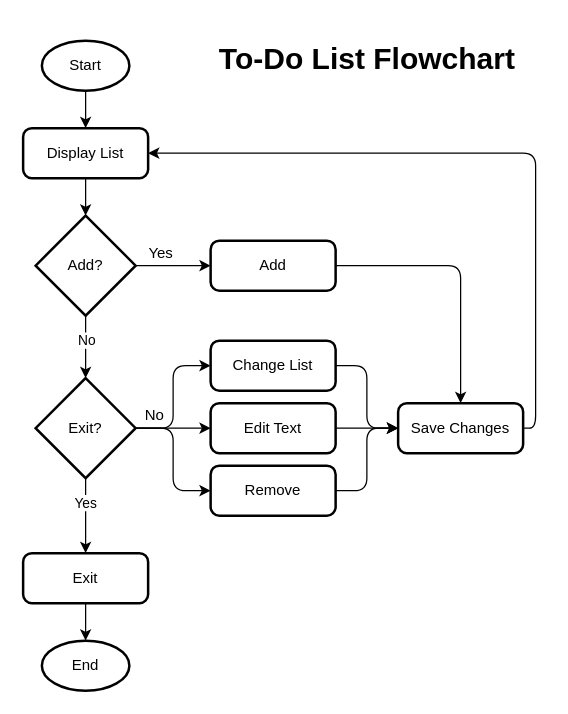
Earlier version of the draw.io diagram flowchart.drawio (hafizgv/hafiz-todo_list_app). Source tidied: cells renumbered, new cells numbered last; positions are measured from the earlier drawing's top-left corner, leaving out a move shared by most shapes. Both pictures are drawn from the tidied source at 125%, with x=0, y=0 at pixel (22, 28).
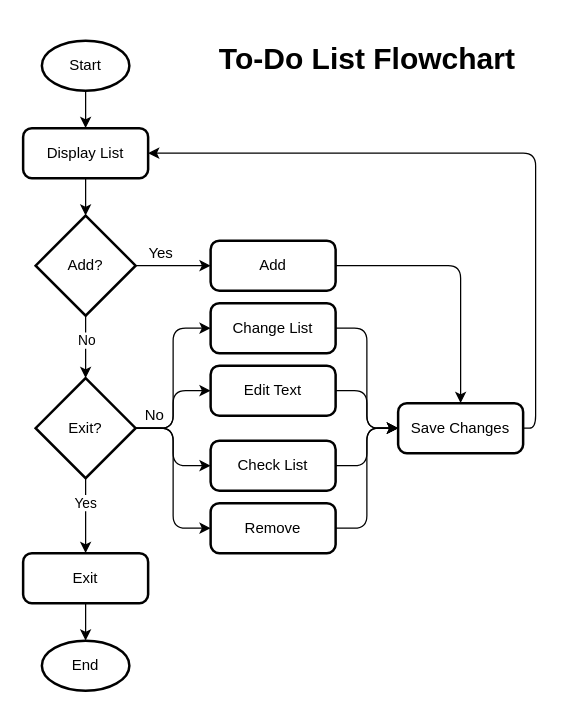
The same diagram, later.

Commit message:
feat: add Checklist into flowchart

Unchanged cells that the change refers to:
```xml
<mxCell id="14" value="Exit?" style="strokeWidth=2;html=1;shape=mxgraph.flowchart.decision;whiteSpace=wrap;" parent="1" vertex="1">
  <mxGeometry x="10" y="280" width="80" height="80" as="geometry" />
</mxCell>
<mxCell id="22" value="Save Changes" style="rounded=1;whiteSpace=wrap;html=1;absoluteArcSize=1;arcSize=14;strokeWidth=2;" parent="1" vertex="1">
  <mxGeometry x="300" y="300" width="100" height="40" as="geometry" />
</mxCell>
```

What changed in the source:
```diff
@@
+    <mxCell id="31" style="edgeStyle=orthogonalEdgeStyle;html=1;exitX=1;exitY=0.5;exitDx=0;exitDy=0;exitPerimeter=0;entryX=0;entryY=0.5;entryDx=0;entryDy=0;" parent="1" edge="1" source="14" target="33">
+      <mxGeometry relative="1" as="geometry" />
+    </mxCell>
@@
     <mxCell id="18" value="Change List" style="rounded=1;whiteSpace=wrap;html=1;absoluteArcSize=1;arcSize=14;strokeWidth=2;" parent="1" vertex="1">
-      <mxGeometry x="150" y="250" width="100" height="40" as="geometry" />
+      <mxGeometry x="150" y="220" width="100" height="40" as="geometry" />
     </mxCell>
@@
     <mxCell id="20" value="Edit Text" style="rounded=1;whiteSpace=wrap;html=1;absoluteArcSize=1;arcSize=14;strokeWidth=2;" parent="1" vertex="1">
-      <mxGeometry x="150" y="300" width="100" height="40" as="geometry" />
+      <mxGeometry x="150" y="270" width="100" height="40" as="geometry" />
     </mxCell>
+    <mxCell id="32" style="edgeStyle=orthogonalEdgeStyle;html=1;exitX=1;exitY=0.5;exitDx=0;exitDy=0;entryX=0;entryY=0.5;entryDx=0;entryDy=0;" parent="1" edge="1" source="33" target="22">
+      <mxGeometry relative="1" as="geometry" />
+    </mxCell>
+    <mxCell id="33" value="Check List" style="rounded=1;whiteSpace=wrap;html=1;absoluteArcSize=1;arcSize=14;strokeWidth=2;" parent="1" vertex="1">
+      <mxGeometry x="150" y="330" width="100" height="40" as="geometry" />
+    </mxCell>
@@
     <mxCell id="30" value="Remove" style="rounded=1;whiteSpace=wrap;html=1;absoluteArcSize=1;arcSize=14;strokeWidth=2;" parent="1" vertex="1">
-      <mxGeometry x="150" y="350" width="100" height="40" as="geometry" />
+      <mxGeometry x="150" y="380" width="100" height="40" as="geometry" />
     </mxCell>
```
